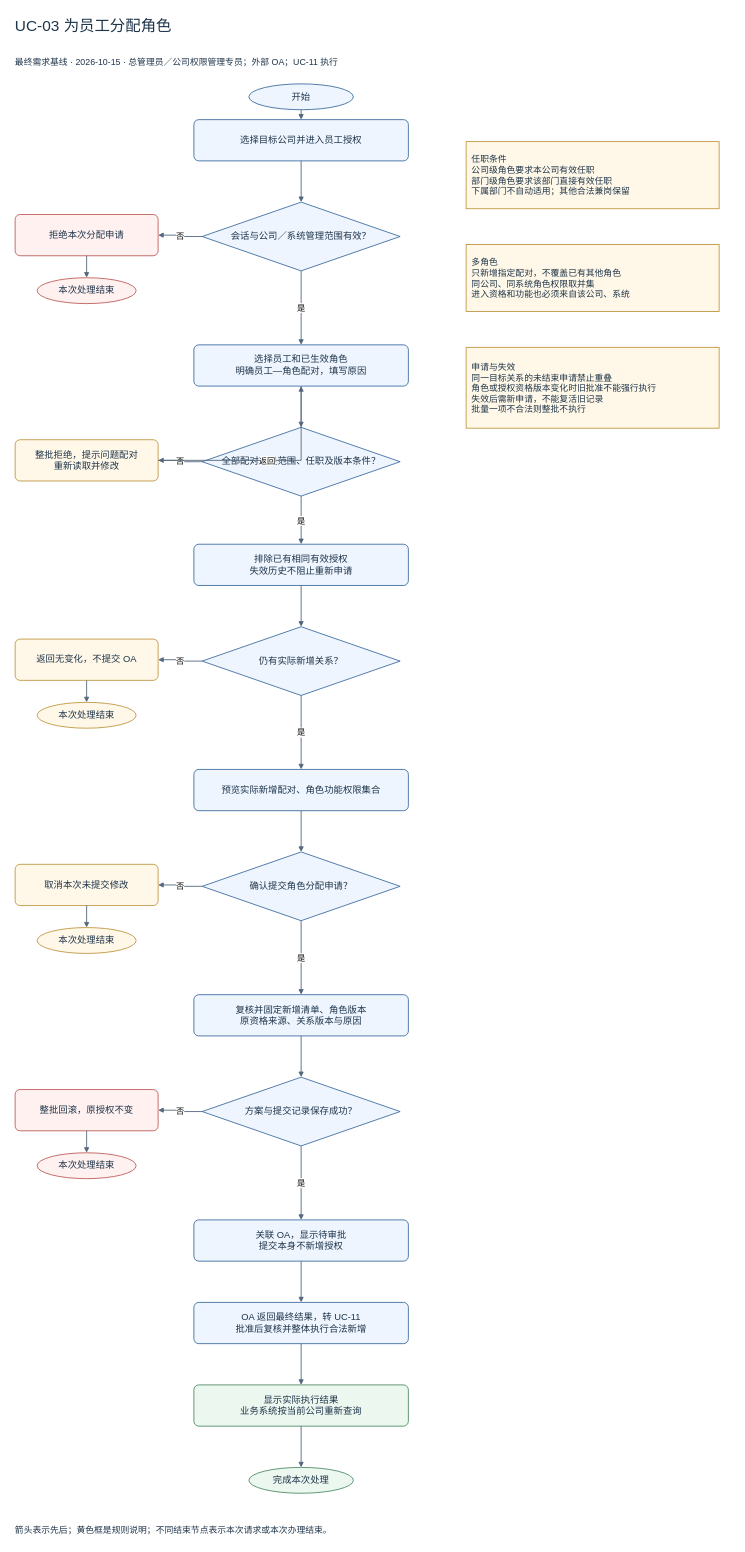
Before: page "UC-03 为员工分配角色" (3 of 17) of docs/flows-v1/权限管理系统_全部流程图.drawio in Noah-hope/RBAC-admin, a draw.io diagram. Source tidied: cells renumbered, new cells numbered last; positions are measured from the earlier drawing's top-left corner, leaving out a move shared by most shapes. Both pictures are drawn from the tidied source at 55%, with x=0, y=0 at pixel (9, 9).
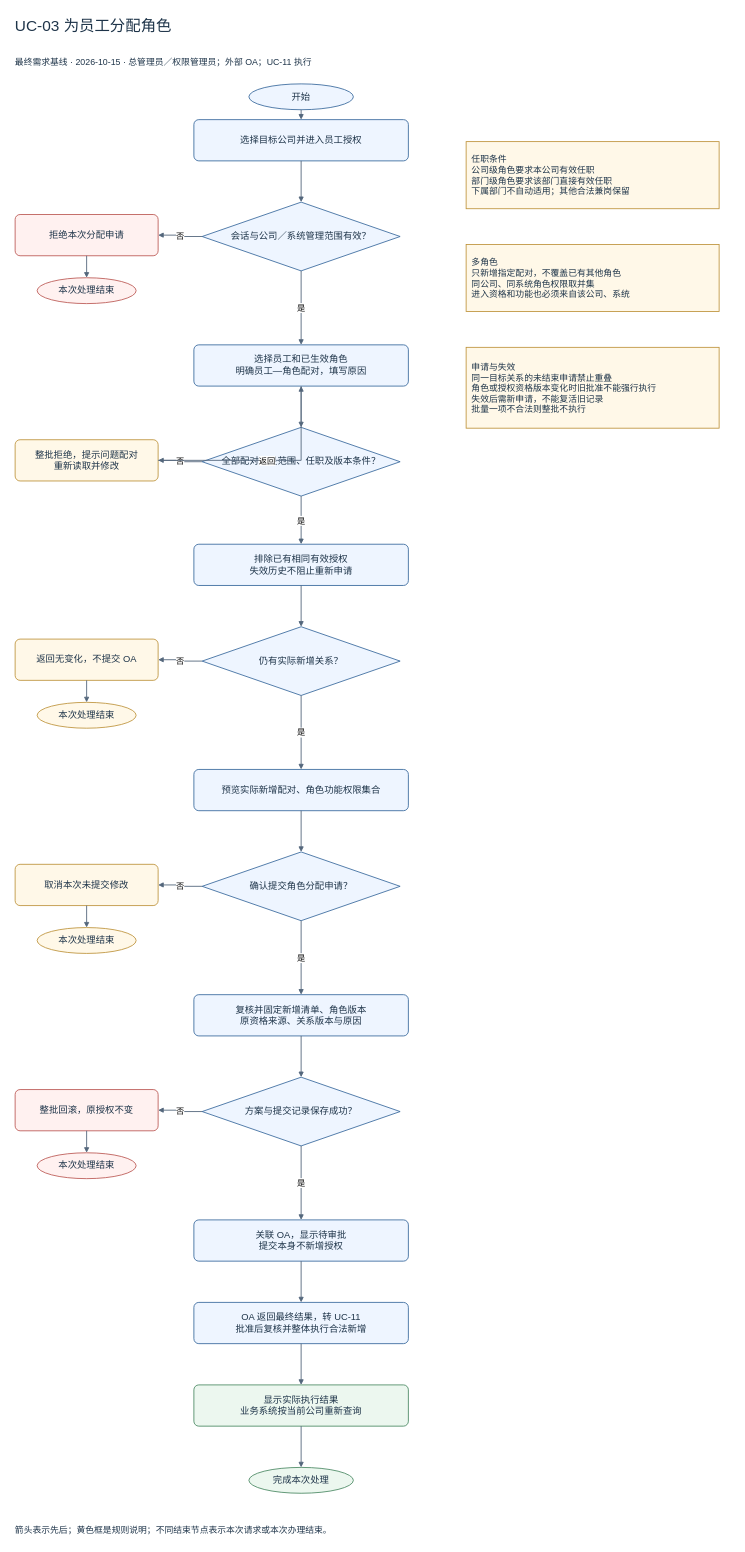
Above is the later version.

Change to the diagram source:
```diff
@@
-    <mxCell id="3" value="最终需求基线 · 2026-10-15 · 总管理员／公司权限管理专员；外部 OA；UC-11 执行" style="text;html=1;whiteSpace=wrap;fontFamily=Microsoft YaHei;fontSize=17;fontColor=#1e3449;align=center;verticalAlign=middle;spacing=10;fillColor=#eef5ff;strokeColor=#32649a;strokeWidth=1.5;fillColor=none;strokeColor=none;align=left;fontSize=16;" parent="1" vertex="1">
+    <mxCell id="3" value="最终需求基线 · 2026-10-15 · 总管理员／权限管理员；外部 OA；UC-11 执行" style="text;html=1;whiteSpace=wrap;fontFamily=Microsoft YaHei;fontSize=17;fontColor=#1e3449;align=center;verticalAlign=middle;spacing=10;fillColor=#eef5ff;strokeColor=#32649a;strokeWidth=1.5;fillColor=none;strokeColor=none;align=left;fontSize=16;" parent="1" vertex="1">
       <mxGeometry y="70" width="1320" height="50" as="geometry" />
     </mxCell>
```
